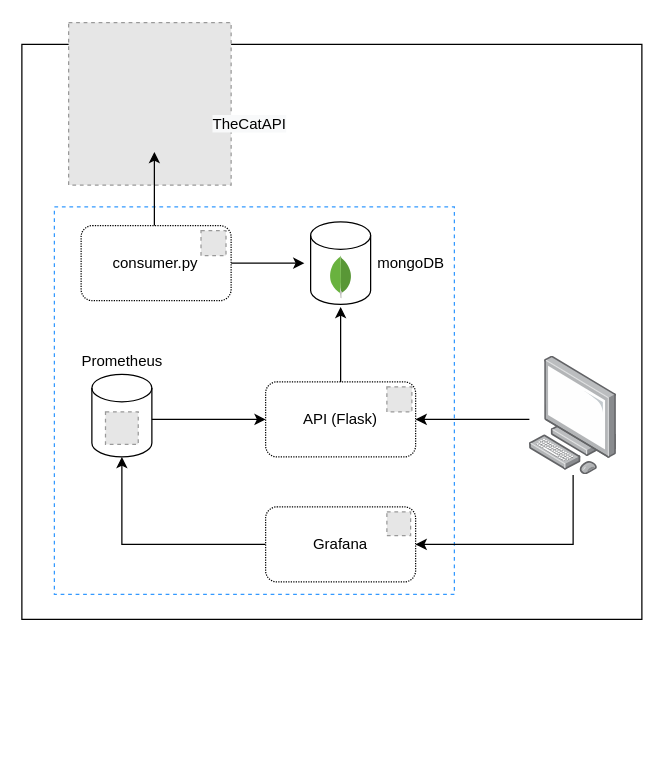
fernandorivolta/cats keeps this draw.io diagram as imgs/diagrama.drawio. Above is the earlier version. Source tidied: cells renumbered, new cells numbered last; positions are measured from the earlier drawing's top-left corner, leaving out a move shared by most shapes. Both pictures are drawn from the tidied source at 125%, with x=0, y=0 at pixel (21, 21). Pictures stored in the file or linked from it are replaced by grey dashed boxes.
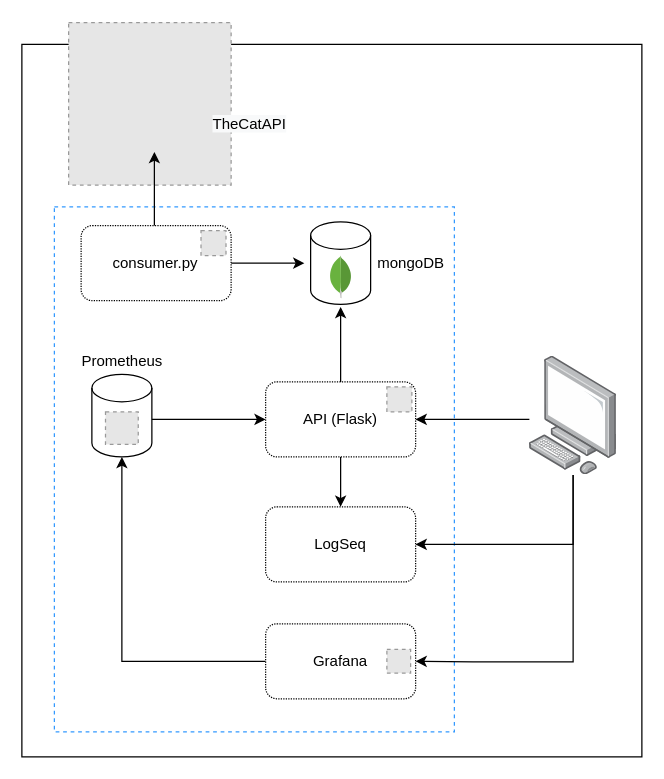
The same diagram, later.

The change refers to these unchanged cells:
```xml
<mxCell id="12" style="points=[];html=1;align=center;shadow=0;dashed=0;image;image=img/lib/allied_telesis/computer_and_terminals/Personal_Computer.svg;strokeColor=#000000;" parent="1" vertex="1">
  <mxGeometry x="406" y="267.5" width="70" height="94.9" as="geometry" />
</mxCell>
<mxCell id="17" value="API (Flask)" style="rounded=1;whiteSpace=wrap;html=1;dashed=1;dashPattern=1 1;" parent="1" vertex="1">
  <mxGeometry x="195" y="288" width="120" height="60" as="geometry" />
</mxCell>
```

Change to the diagram source:
```diff
@@
     <mxCell id="2" style="rounded=0;whiteSpace=wrap;html=1;" parent="1" vertex="1">
-      <mxGeometry y="18" width="496" height="460" as="geometry" />
+      <mxGeometry y="18" width="496" height="570" as="geometry" />
     </mxCell>
@@
     <mxCell id="5" style="rounded=0;whiteSpace=wrap;html=1;dashed=1;strokeColor=#3399FF;fillColor=none;" parent="1" vertex="1">
-      <mxGeometry x="26" y="148" width="320" height="310" as="geometry" />
+      <mxGeometry x="26" y="148" width="320" height="420" as="geometry" />
     </mxCell>
@@
+    <mxCell id="27" style="edgeStyle=orthogonalEdgeStyle;rounded=0;jettySize=auto;html=1;entryX=1;entryY=0.5;entryDx=0;entryDy=0;" parent="1" edge="1" source="12" target="29">
+      <mxGeometry relative="1" as="geometry">
+        <Array as="points">
+          <mxPoint x="441" y="418" />
+        </Array>
+      </mxGeometry>
+    </mxCell>
     <mxCell id="11" style="edgeStyle=orthogonalEdgeStyle;rounded=0;jettySize=auto;html=1;entryX=1;entryY=0.5;entryDx=0;entryDy=0;" parent="1" edge="1" source="12" target="23">
       <mxGeometry relative="1" as="geometry">
         <Array as="points">
-          <mxPoint x="441" y="418" />
+          <mxPoint x="441" y="512" />
+          <mxPoint x="361" y="512" />
         </Array>
       </mxGeometry>
     </mxCell>
@@
+    <mxCell id="28" style="edgeStyle=orthogonalEdgeStyle;rounded=0;jettySize=auto;html=1;entryX=0.5;entryY=0;entryDx=0;entryDy=0;" parent="1" edge="1" source="17" target="29">
+      <mxGeometry relative="1" as="geometry" />
+    </mxCell>
@@
     <mxCell id="23" value="Grafana" style="rounded=1;whiteSpace=wrap;html=1;dashed=1;dashPattern=1 1;" parent="1" vertex="1">
-      <mxGeometry x="195" y="388" width="120" height="60" as="geometry" />
+      <mxGeometry x="195" y="481.5" width="120" height="60" as="geometry" />
     </mxCell>
     <mxCell id="24" style="fillColor=#E6E6E6;strokeColor=#999999;dashed=1;html=1;verticalAlign=top;verticalLabelPosition=bottom;labelBackgroundColor=#ffffff;" parent="1" vertex="1">
-      <mxGeometry x="292" y="392" width="19" height="19" as="geometry" />
+      <mxGeometry x="292" y="502" width="19" height="19" as="geometry" />
     </mxCell>
@@
+    <mxCell id="29" value="LogSeq" style="rounded=1;whiteSpace=wrap;html=1;dashed=1;dashPattern=1 1;" parent="1" vertex="1">
+      <mxGeometry x="195" y="388" width="120" height="60" as="geometry" />
+    </mxCell>
```
